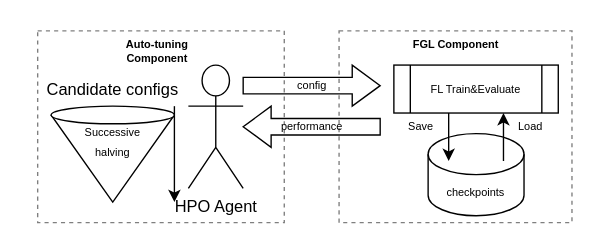
Above: fed_gl_hpo.drawio in joneswong/draw (draw.io), before the change. Source tidied: cells renumbered, new cells numbered last; positions are measured from the earlier drawing's top-left corner, leaving out a move shared by most shapes. Both pictures are drawn from the tidied source at 137%, with x=0, y=0 at pixel (23, 23).
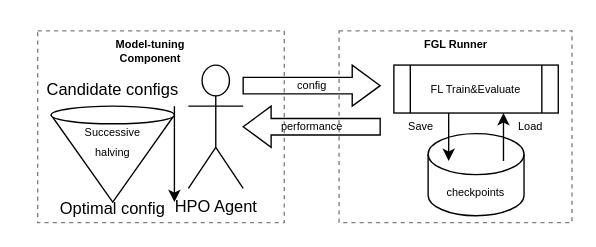
The same page after the edit.

Change to the diagram source:
```diff
@@
-    <mxCell id="16" value="&lt;b&gt;Auto-tuning Component&lt;/b&gt;" style="text;html=1;strokeColor=none;fillColor=none;align=center;verticalAlign=middle;whiteSpace=wrap;rounded=0;dashed=1;fontFamily=Helvetica;fontSize=8;" parent="1" vertex="1">
-      <mxGeometry x="60" y="5" width="75" height="30" as="geometry" />
+    <mxCell id="16" value="&lt;b&gt;Model-tuning Component&lt;/b&gt;" style="text;html=1;strokeColor=none;fillColor=none;align=center;verticalAlign=middle;whiteSpace=wrap;rounded=0;dashed=1;fontFamily=Helvetica;fontSize=8;" parent="1" vertex="1">
+      <mxGeometry x="50" y="5" width="85" height="30" as="geometry" />
     </mxCell>
@@
-    <mxCell id="18" value="&lt;b&gt;FGL Component&lt;/b&gt;" style="text;html=1;strokeColor=none;fillColor=none;align=center;verticalAlign=middle;whiteSpace=wrap;rounded=0;dashed=1;fontFamily=Helvetica;fontSize=8;" parent="1" vertex="1">
+    <mxCell id="18" value="&lt;b&gt;FGL Runner&lt;/b&gt;" style="text;html=1;strokeColor=none;fillColor=none;align=center;verticalAlign=middle;whiteSpace=wrap;rounded=0;dashed=1;fontFamily=Helvetica;fontSize=8;" parent="1" vertex="1">
       <mxGeometry x="252.5" width="125" height="30" as="geometry" />
     </mxCell>
+    <mxCell id="19" value="Optimal config" style="text;html=1;strokeColor=none;fillColor=none;align=center;verticalAlign=middle;whiteSpace=wrap;rounded=0;" parent="1" vertex="1">
+      <mxGeometry x="-0.2" y="125" width="130" height="20" as="geometry" />
+    </mxCell>
```
